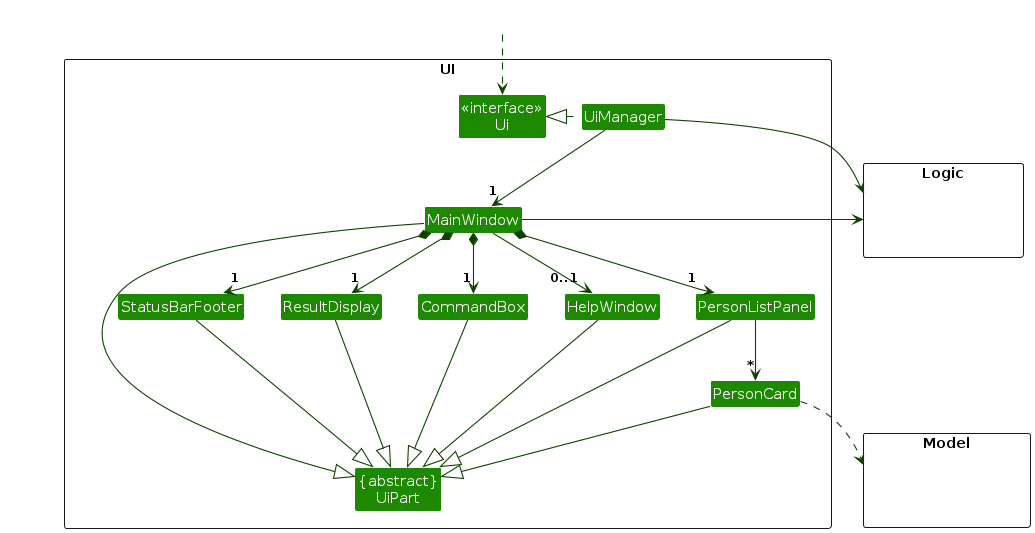
Above: diagrams/UiClassDiagram.png in AY2627S1-CS2103T-W11-4/tp (PlantUML), before the change. Its source is kept beside it as diagrams/UiClassDiagram.puml. Its diagram source:
```plantuml
@startuml
!include style.puml
skinparam arrowThickness 1.1
skinparam arrowColor UI_COLOR_T4
skinparam classBackgroundColor UI_COLOR

package UI <<Rectangle>>{
Class "<<interface>>\nUi" as Ui
Class "{abstract}\nUiPart" as UiPart
Class UiManager
Class MainWindow
Class HelpWindow
Class ResultDisplay
Class PersonListPanel
Class PersonCard
Class StatusBarFooter
Class CommandBox
}

package Model <<Rectangle>> {
Class HiddenModel #FFFFFF
}

package Logic <<Rectangle>> {
Class HiddenLogic #FFFFFF
}

Class HiddenOutside #FFFFFF
HiddenOutside ..> Ui

UiManager .left.|> Ui
UiManager -down-> "1" MainWindow
MainWindow *-down->  "1" CommandBox
MainWindow *-down-> "1" ResultDisplay
MainWindow *-down-> "1" PersonListPanel
MainWindow *-down-> "1" StatusBarFooter
MainWindow --> "0..1" HelpWindow

PersonListPanel -down-> "*" PersonCard

MainWindow -left-|> UiPart

ResultDisplay --|> UiPart
CommandBox --|> UiPart
PersonListPanel --|> UiPart
PersonCard --|> UiPart
StatusBarFooter --|> UiPart
HelpWindow --|> UiPart

PersonCard ..> Model
UiManager -right-> Logic
MainWindow -left-> Logic

PersonListPanel -[hidden]left- HelpWindow
HelpWindow -[hidden]left- CommandBox
CommandBox -[hidden]left- ResultDisplay
ResultDisplay -[hidden]left- StatusBarFooter

MainWindow -[hidden]-|> UiPart
@enduml
```
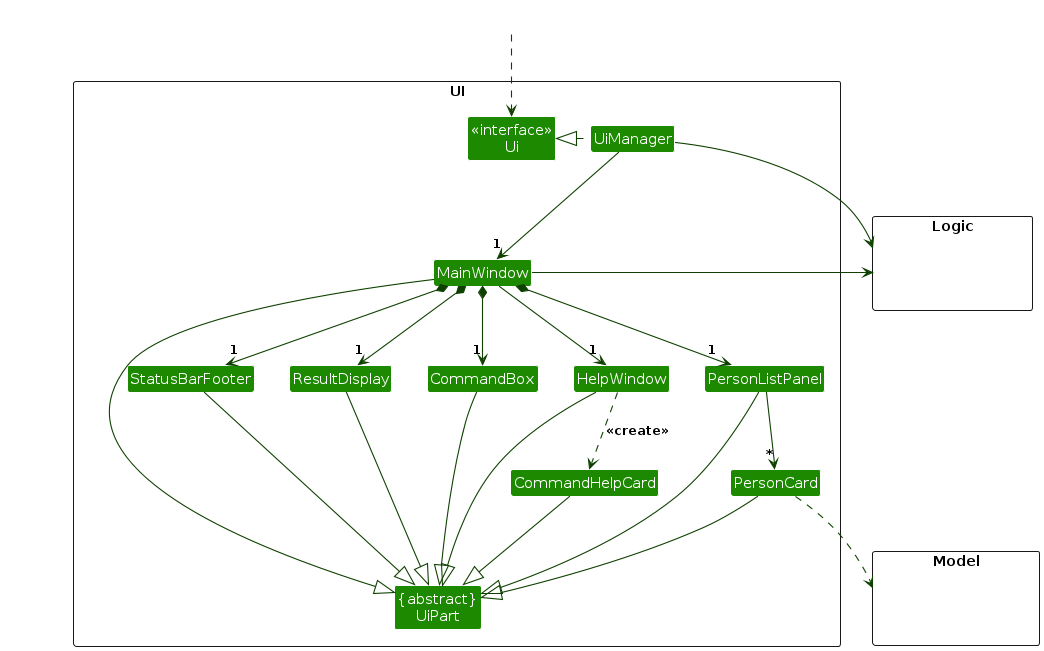
The same diagram one commit later.

The edit, as a diff of the source:
```diff
@@ -10,6 +10,7 @@
 Class UiManager
 Class MainWindow
 Class HelpWindow
+Class CommandHelpCard
 Class ResultDisplay
 Class PersonListPanel
 Class PersonCard
@@ -34,7 +35,7 @@
 MainWindow *-down-> "1" ResultDisplay
 MainWindow *-down-> "1" PersonListPanel
 MainWindow *-down-> "1" StatusBarFooter
-MainWindow --> "0..1" HelpWindow
+MainWindow --> "1" HelpWindow
 
 PersonListPanel -down-> "*" PersonCard
 
@@ -46,6 +47,8 @@
 PersonCard --|> UiPart
 StatusBarFooter --|> UiPart
 HelpWindow --|> UiPart
+CommandHelpCard --|> UiPart
+HelpWindow ..> CommandHelpCard : <<create>>
 
 PersonCard ..> Model
 UiManager -right-> Logic
```
